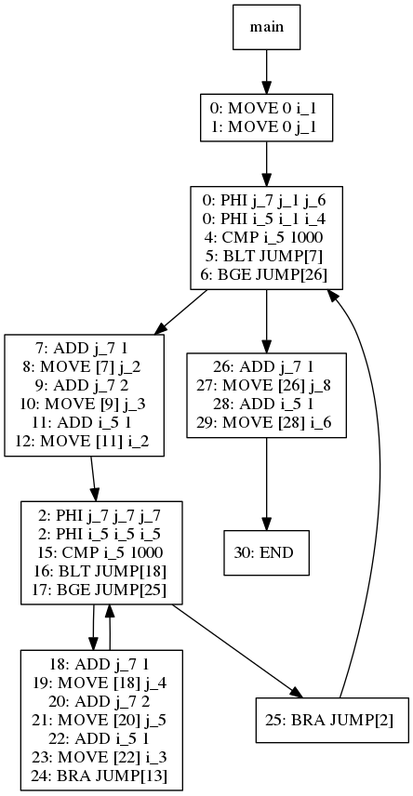
Before: viz/test000.dot.png, a diagram exported from Graphviz (jiahanwang/PL241-Compiler). Its source is kept beside it as viz/test000.dot.
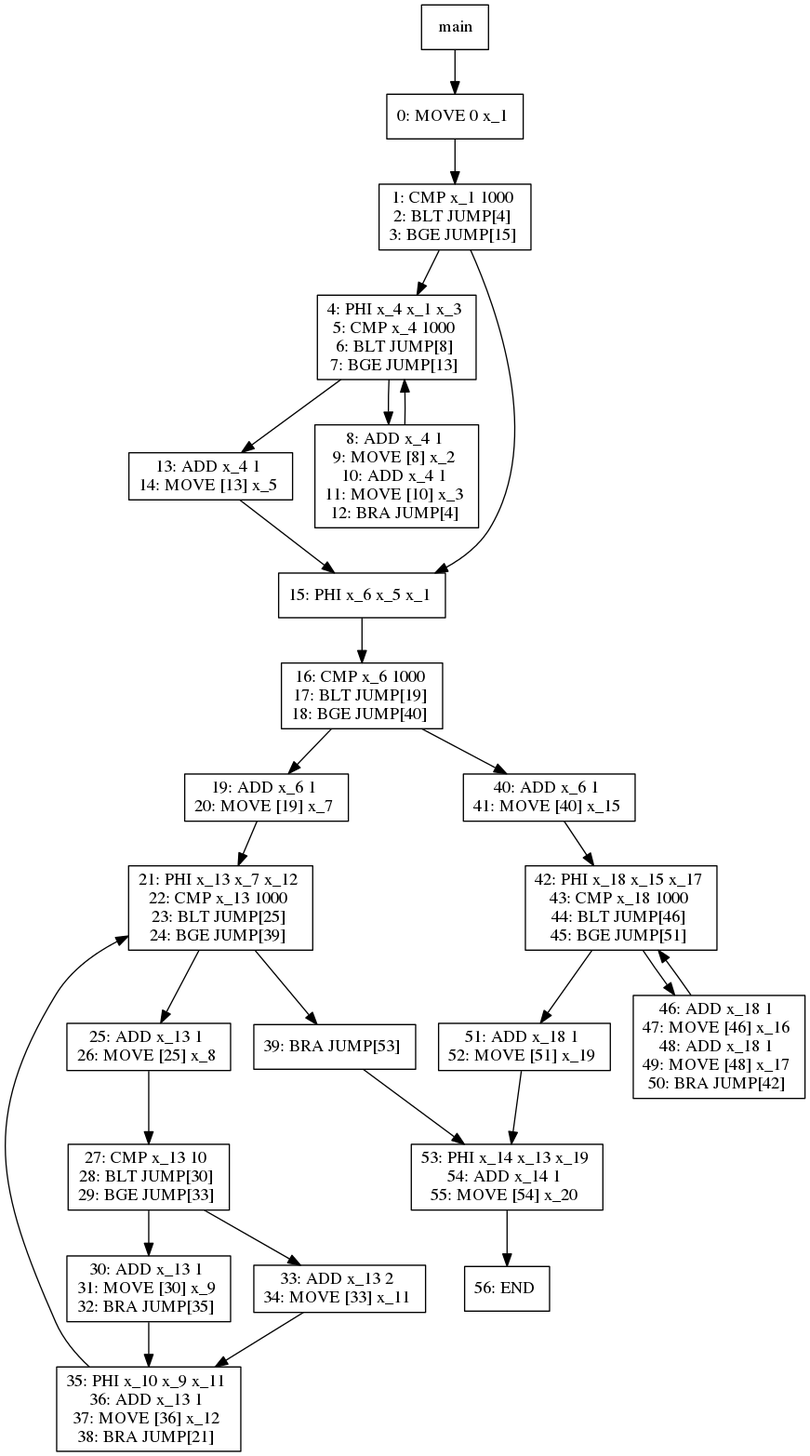
Above is the later version.

Diff of the diagram source:
```diff
@@ -2,52 +2,108 @@
 node [shape=box]
 1[label="main"]
 1 -> 3
-3[label="0: MOVE 0 i_1
-1: MOVE 0 j_1
+3[label="0: MOVE 0 x_1
 "]
-3 -> 5
-5[label="0: PHI j_7 j_1 j_6
-0: PHI i_5 i_1 i_4
-4: CMP i_5 1000
-5: BLT JUMP[7]
-6: BGE JUMP[26]
+3 -> 4
+4[label="1: CMP x_1 1000
+2: BLT JUMP[4]
+3: BGE JUMP[15]
 "]
-5 -> 7
-7[label="7: ADD j_7 1
-8: MOVE [7] j_2
-9: ADD j_7 2
-10: MOVE [9] j_3
-11: ADD i_5 1
-12: MOVE [11] i_2
+4 -> 6
+6[label="4: PHI x_4 x_1 x_3
+5: CMP x_4 1000
+6: BLT JUMP[8]
+7: BGE JUMP[13]
 "]
-7 -> 10
-10[label="2: PHI j_7 j_7 j_7
-2: PHI i_5 i_5 i_5
-15: CMP i_5 1000
-16: BLT JUMP[18]
-17: BGE JUMP[25]
+6 -> 8
+8[label="8: ADD x_4 1
+9: MOVE [8] x_2
+10: ADD x_4 1
+11: MOVE [10] x_3
+12: BRA JUMP[4]
 "]
-10 -> 12
-12[label="18: ADD j_7 1
-19: MOVE [18] j_4
-20: ADD j_7 2
-21: MOVE [20] j_5
-22: ADD i_5 1
-23: MOVE [22] i_3
-24: BRA JUMP[13]
+8 -> 6
+6 -> 7
+7[label="13: ADD x_4 1
+14: MOVE [13] x_5
 "]
-12 -> 10
-10 -> 11
-11[label="25: BRA JUMP[2]
+7 -> 5
+5[label="15: PHI x_6 x_5 x_1
 "]
-11 -> 5
-5 -> 6
-6[label="26: ADD j_7 1
-27: MOVE [26] j_8
-28: ADD i_5 1
-29: MOVE [28] i_6
+5 -> 11
+11[label="16: CMP x_6 1000
+17: BLT JUMP[19]
+18: BGE JUMP[40]
 "]
-6 -> 17
-17[label="30: END
+11 -> 13
+13[label="19: ADD x_6 1
+20: MOVE [19] x_7
 "]
+13 -> 14
+14[label="21: PHI x_13 x_7 x_12
+22: CMP x_13 1000
+23: BLT JUMP[25]
+24: BGE JUMP[39]
+"]
+14 -> 16
+16[label="25: ADD x_13 1
+26: MOVE [25] x_8
+"]
+16 -> 17
+17[label="27: CMP x_13 10
+28: BLT JUMP[30]
+29: BGE JUMP[33]
+"]
+17 -> 19
+19[label="30: ADD x_13 1
+31: MOVE [30] x_9
+32: BRA JUMP[35]
+"]
+19 -> 18
+18[label="35: PHI x_10 x_9 x_11
+36: ADD x_13 1
+37: MOVE [36] x_12
+38: BRA JUMP[21]
+"]
+18 -> 14
+17 -> 20
+20[label="33: ADD x_13 2
+34: MOVE [33] x_11
+"]
+20 -> 18
+14 -> 15
+15[label="39: BRA JUMP[53]
+"]
+15 -> 12
+12[label="53: PHI x_14 x_13 x_19
+54: ADD x_14 1
+55: MOVE [54] x_20
+"]
+12 -> 29
+29[label="56: END
+"]
+11 -> 22
+22[label="40: ADD x_6 1
+41: MOVE [40] x_15
+"]
+22 -> 23
+23[label="42: PHI x_18 x_15 x_17
+43: CMP x_18 1000
+44: BLT JUMP[46]
+45: BGE JUMP[51]
+"]
+23 -> 25
+25[label="46: ADD x_18 1
+47: MOVE [46] x_16
+48: ADD x_18 1
+49: MOVE [48] x_17
+50: BRA JUMP[42]
+"]
+25 -> 23
+23 -> 24
+24[label="51: ADD x_18 1
+52: MOVE [51] x_19
+"]
+24 -> 12
+4 -> 5
 }
```
